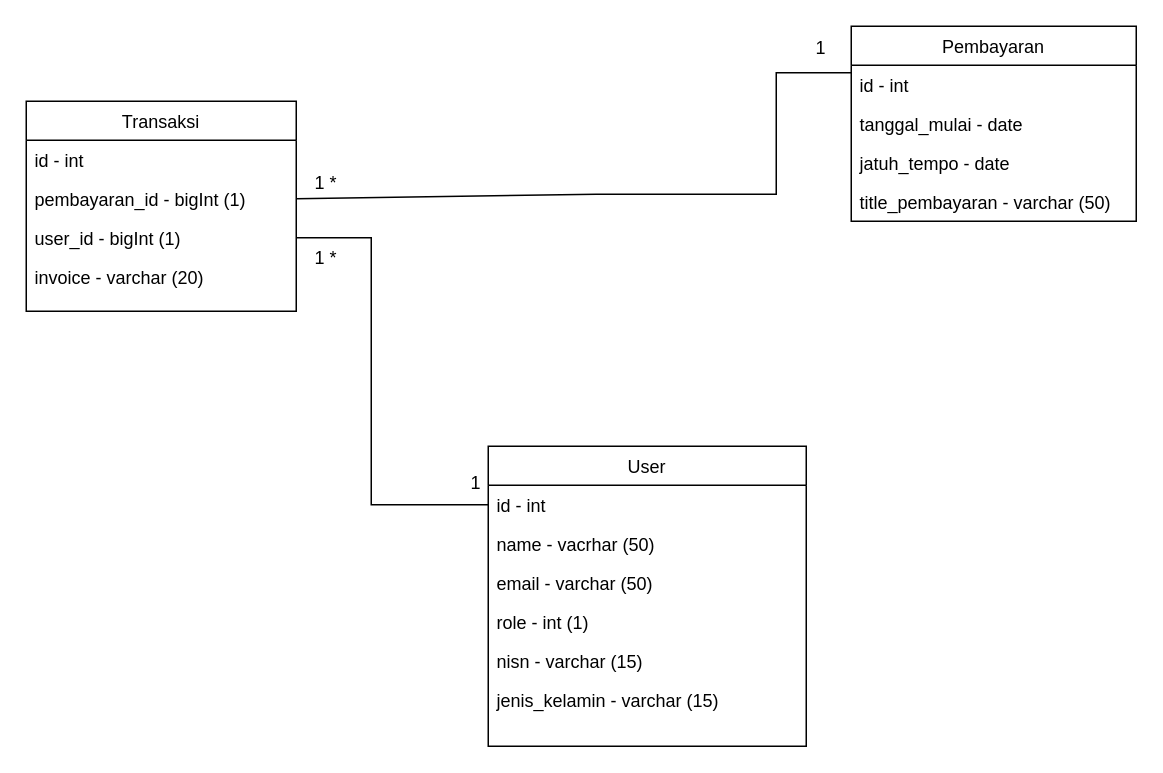
danangsptro/SI_PEMBAYARAN keeps this draw.io diagram as Untitled Diagram.drawio. Above is the earlier version. Source tidied: cells renumbered, new cells numbered last; positions are measured from the earlier drawing's top-left corner, leaving out a move shared by most shapes. Both pictures are drawn from the tidied source at 150%, with x=0, y=0 at pixel (26, 26).
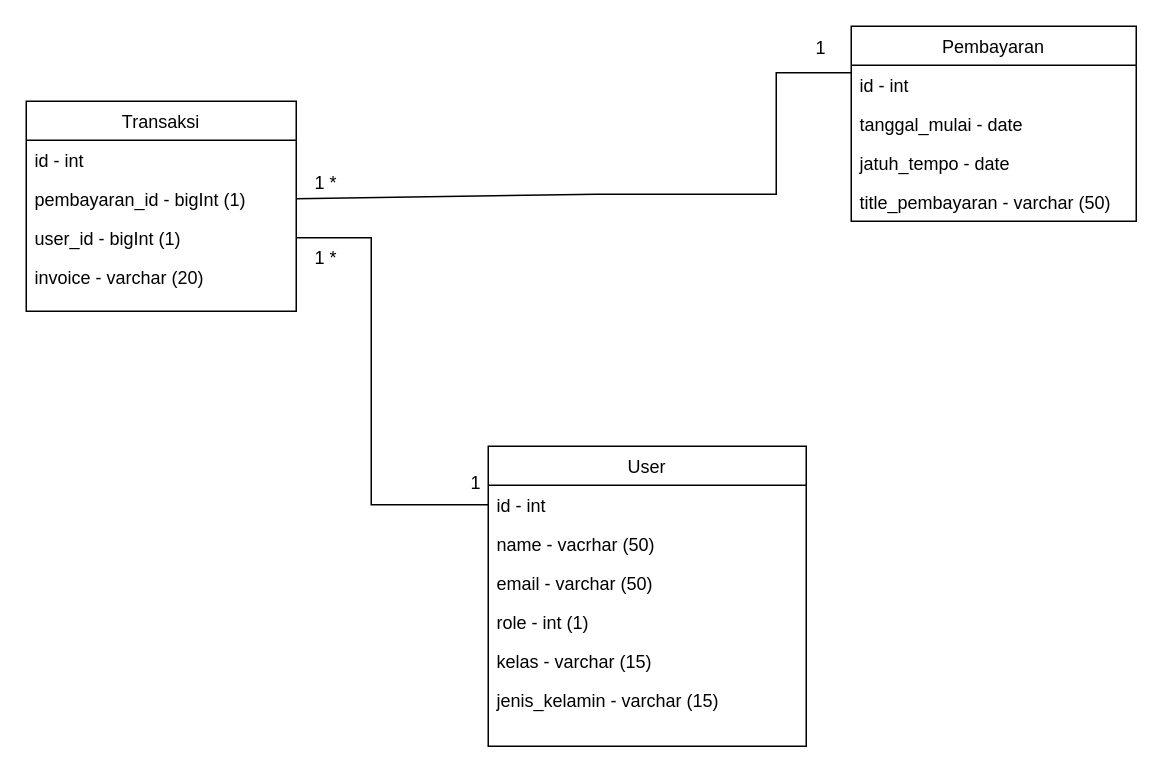
The same page after the edit.

The change refers to these unchanged cells:
```xml
<mxCell id="2" value="User" style="swimlane;fontStyle=0;align=center;verticalAlign=top;horizontal=1;startSize=26;rounded=0;shadow=0;strokeWidth=1;" parent="1" vertex="1">
  <mxGeometry x="308" y="280" width="212" height="200" as="geometry" />
</mxCell>
```

The edit, as a diff of the source:
```diff
@@
-    <mxCell id="7" value="nisn - varchar (15)" style="text;align=left;verticalAlign=top;spacingLeft=4;spacingRight=4;overflow=hidden;rounded=0;shadow=0;html=0;" parent="2" vertex="1">
+    <mxCell id="7" value="kelas - varchar (15)" style="text;align=left;verticalAlign=top;spacingLeft=4;spacingRight=4;overflow=hidden;rounded=0;shadow=0;html=0;" parent="2" vertex="1">
       <mxGeometry y="130" width="212" height="26" as="geometry" />
     </mxCell>
```
